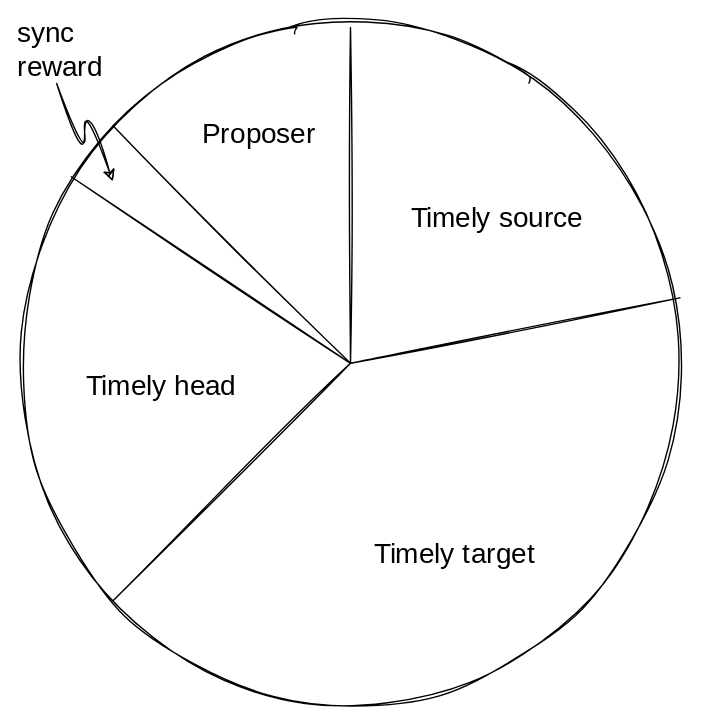
benjaminion/upgrading-ethereum-book keeps this draw.io diagram as src/md/images/weights.svg. Above is the earlier version. Source tidied: cells renumbered, new cells last; positions are measured from the earlier drawing's top-left corner, leaving out a move shared by most shapes. Its diagram source:
```xml
<mxGraphModel>
  <root>
    <mxCell id="0" />
    <mxCell id="1" parent="0" />
    <mxCell id="2" style="ellipse;whiteSpace=wrap;html=1;sketch=1;" parent="1" vertex="1">
      <mxGeometry width="480" height="480" as="geometry" />
    </mxCell>
    <mxCell id="3" style="endArrow=none;html=1;rounded=0;sketch=1;" parent="1" edge="1">
      <mxGeometry relative="1" as="geometry">
        <mxPoint x="240" y="240" as="sourcePoint" />
        <mxPoint x="70.3" y="70.3" as="targetPoint" />
      </mxGeometry>
    </mxCell>
    <mxCell id="4" style="endArrow=none;html=1;rounded=0;sketch=1;" parent="1" edge="1">
      <mxGeometry x="200" y="90" as="geometry">
        <mxPoint x="240" y="240" as="sourcePoint" />
        <mxPoint x="240" as="targetPoint" />
      </mxGeometry>
    </mxCell>
    <mxCell id="5" style="endArrow=none;html=1;rounded=0;sketch=1;" parent="1" edge="1">
      <mxGeometry relative="1" as="geometry">
        <mxPoint x="240" y="240" as="sourcePoint" />
        <mxPoint x="475.4" y="193.2" as="targetPoint" />
      </mxGeometry>
    </mxCell>
    <mxCell id="6" style="endArrow=none;html=1;rounded=0;sketch=1;" parent="1" edge="1">
      <mxGeometry relative="1" as="geometry">
        <mxPoint x="240" y="240" as="sourcePoint" />
        <mxPoint x="70.3" y="409.7" as="targetPoint" />
      </mxGeometry>
    </mxCell>
    <mxCell id="7" style="endArrow=none;html=1;rounded=0;sketch=1;" parent="1" edge="1">
      <mxGeometry relative="1" as="geometry">
        <mxPoint x="240" y="240" as="sourcePoint" />
        <mxPoint x="40.4" y="106.7" as="targetPoint" />
      </mxGeometry>
    </mxCell>
    <mxCell id="8" value="&lt;font style=&quot;font-size: 20px&quot; face=&quot;Gloria Hallelujah&quot;&gt;Timely source&lt;/font&gt;" style="text;html=1;strokeColor=none;fillColor=none;align=center;verticalAlign=middle;whiteSpace=wrap;rounded=0;sketch=1;" parent="1" vertex="1">
      <mxGeometry x="260" y="120" width="170" height="30" as="geometry" />
    </mxCell>
    <mxCell id="9" value="&lt;font style=&quot;font-size: 20px&quot; face=&quot;Gloria Hallelujah&quot;&gt;Timely head &lt;br&gt;&lt;/font&gt;" style="text;html=1;strokeColor=none;fillColor=none;align=center;verticalAlign=middle;whiteSpace=wrap;rounded=0;sketch=1;" parent="1" vertex="1">
      <mxGeometry x="40" y="240" width="130" height="30" as="geometry" />
    </mxCell>
    <mxCell id="10" value="&lt;font style=&quot;font-size: 20px&quot; face=&quot;Gloria Hallelujah&quot;&gt;Timely target&lt;/font&gt;" style="text;html=1;strokeColor=none;fillColor=none;align=center;verticalAlign=middle;whiteSpace=wrap;rounded=0;sketch=1;" parent="1" vertex="1">
      <mxGeometry x="230" y="360" width="170" height="30" as="geometry" />
    </mxCell>
    <mxCell id="11" value="&lt;font style=&quot;font-size: 20px&quot; face=&quot;Gloria Hallelujah&quot;&gt;Proposer&lt;/font&gt;" style="text;html=1;strokeColor=none;fillColor=none;align=center;verticalAlign=middle;whiteSpace=wrap;rounded=0;sketch=1;" parent="1" vertex="1">
      <mxGeometry x="90" y="60" width="170" height="30" as="geometry" />
    </mxCell>
    <mxCell id="12" value="&lt;font style=&quot;font-size: 20px&quot; face=&quot;Gloria Hallelujah&quot;&gt;sync reward&lt;br&gt;&lt;/font&gt;" style="text;html=1;strokeColor=none;fillColor=none;align=left;verticalAlign=middle;whiteSpace=wrap;rounded=0;sketch=1;" parent="1" vertex="1">
      <mxGeometry width="70" height="30" as="geometry" />
    </mxCell>
    <mxCell id="13" style="curved=1;endArrow=classic;html=1;rounded=0;sketch=1;fontFamily=Gloria Hallelujah;fontSource=https%3A%2F%2Ffonts.googleapis.com%2Fcss%3Ffamily%3DGloria%2BHallelujah;fontSize=20;" parent="1" edge="1">
      <mxGeometry relative="1" as="geometry">
        <mxPoint x="30" y="40" as="sourcePoint" />
        <mxPoint x="70" y="110" as="targetPoint" />
        <Array as="points">
          <mxPoint x="50" y="100" />
          <mxPoint x="50" y="50" />
        </Array>
      </mxGeometry>
    </mxCell>
  </root>
</mxGraphModel>
```
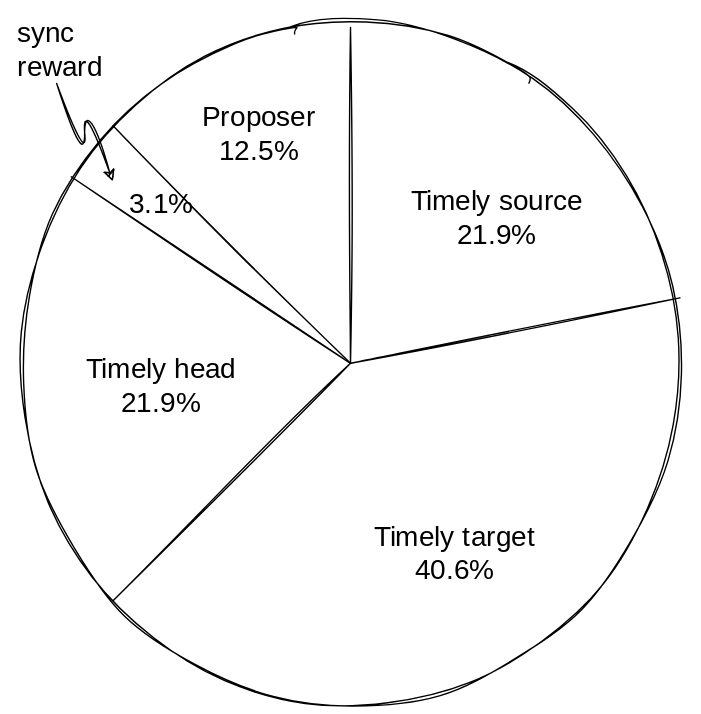
Above is the later version.

What changed in the source:
```diff
@@ -35,16 +35,16 @@
         <mxPoint x="40.4" y="106.7" as="targetPoint" />
       </mxGeometry>
     </mxCell>
-    <mxCell id="8" value="&lt;font style=&quot;font-size: 20px&quot; face=&quot;Gloria Hallelujah&quot;&gt;Timely source&lt;/font&gt;" style="text;html=1;strokeColor=none;fillColor=none;align=center;verticalAlign=middle;whiteSpace=wrap;rounded=0;sketch=1;" parent="1" vertex="1">
+    <mxCell id="8" value="&lt;font style=&quot;font-size: 20px&quot; face=&quot;Gloria Hallelujah&quot;&gt;Timely source&lt;br&gt;21.9%&lt;br&gt;&lt;/font&gt;" style="text;html=1;strokeColor=none;fillColor=none;align=center;verticalAlign=middle;whiteSpace=wrap;rounded=0;sketch=1;" parent="1" vertex="1">
       <mxGeometry x="260" y="120" width="170" height="30" as="geometry" />
     </mxCell>
-    <mxCell id="9" value="&lt;font style=&quot;font-size: 20px&quot; face=&quot;Gloria Hallelujah&quot;&gt;Timely head &lt;br&gt;&lt;/font&gt;" style="text;html=1;strokeColor=none;fillColor=none;align=center;verticalAlign=middle;whiteSpace=wrap;rounded=0;sketch=1;" parent="1" vertex="1">
+    <mxCell id="9" value="&lt;font style=&quot;font-size: 20px&quot; face=&quot;Gloria Hallelujah&quot;&gt;Timely head&lt;br&gt;21.9%&lt;br&gt;&lt;/font&gt;" style="text;html=1;strokeColor=none;fillColor=none;align=center;verticalAlign=middle;whiteSpace=wrap;rounded=0;sketch=1;" parent="1" vertex="1">
       <mxGeometry x="40" y="240" width="130" height="30" as="geometry" />
     </mxCell>
-    <mxCell id="10" value="&lt;font style=&quot;font-size: 20px&quot; face=&quot;Gloria Hallelujah&quot;&gt;Timely target&lt;/font&gt;" style="text;html=1;strokeColor=none;fillColor=none;align=center;verticalAlign=middle;whiteSpace=wrap;rounded=0;sketch=1;" parent="1" vertex="1">
+    <mxCell id="10" value="&lt;font style=&quot;font-size: 20px&quot; face=&quot;Gloria Hallelujah&quot;&gt;Timely target&lt;br&gt;40.6%&lt;br&gt;&lt;/font&gt;" style="text;html=1;strokeColor=none;fillColor=none;align=center;verticalAlign=middle;whiteSpace=wrap;rounded=0;sketch=1;" parent="1" vertex="1">
       <mxGeometry x="230" y="360" width="170" height="30" as="geometry" />
     </mxCell>
-    <mxCell id="11" value="&lt;font style=&quot;font-size: 20px&quot; face=&quot;Gloria Hallelujah&quot;&gt;Proposer&lt;/font&gt;" style="text;html=1;strokeColor=none;fillColor=none;align=center;verticalAlign=middle;whiteSpace=wrap;rounded=0;sketch=1;" parent="1" vertex="1">
+    <mxCell id="11" value="&lt;font style=&quot;font-size: 20px&quot; face=&quot;Gloria Hallelujah&quot;&gt;Proposer&lt;br&gt;12.5%&lt;br&gt;&lt;/font&gt;" style="text;html=1;strokeColor=none;fillColor=none;align=center;verticalAlign=middle;whiteSpace=wrap;rounded=0;sketch=1;" parent="1" vertex="1">
       <mxGeometry x="90" y="60" width="170" height="30" as="geometry" />
     </mxCell>
     <mxCell id="12" value="&lt;font style=&quot;font-size: 20px&quot; face=&quot;Gloria Hallelujah&quot;&gt;sync reward&lt;br&gt;&lt;/font&gt;" style="text;html=1;strokeColor=none;fillColor=none;align=left;verticalAlign=middle;whiteSpace=wrap;rounded=0;sketch=1;" parent="1" vertex="1">
@@ -60,5 +60,8 @@
         </Array>
       </mxGeometry>
     </mxCell>
+    <mxCell id="14" value="&lt;font style=&quot;font-size: 20px&quot; face=&quot;Gloria Hallelujah&quot;&gt;3.1%&lt;/font&gt;&lt;font style=&quot;font-size: 20px&quot; face=&quot;Gloria Hallelujah&quot;&gt;&lt;br&gt;&lt;/font&gt;" style="text;html=1;strokeColor=none;fillColor=none;align=left;verticalAlign=middle;whiteSpace=wrap;rounded=0;sketch=1;" parent="1" vertex="1">
+      <mxGeometry x="80" y="110" width="70" height="30" as="geometry" />
+    </mxCell>
   </root>
 </mxGraphModel>
```
